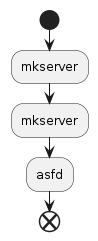
The PlantUML diagram docs/test_server_a.png in softtiny/plumber, before a commit.
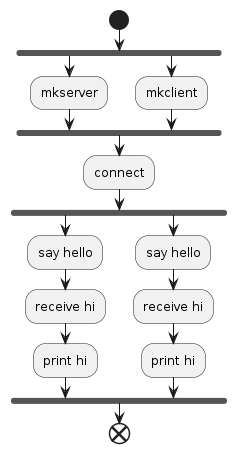
The same file after the commit.

Commit message:
"Thu May 25 13:55:32 2023"

What changed in the source:
```diff
@@ -1,7 +1,19 @@
 @startuml
 start
+fork
 :mkserver;
-:mkserver;
-:asfd;
+fork again
+:mkclient;
+end fork
+:connect;
+fork
+:say hello;
+:receive hi;
+:print hi;
+fork again
+:say hello;
+:receive hi;
+:print hi;
+end fork
 end
 @enduml
```
